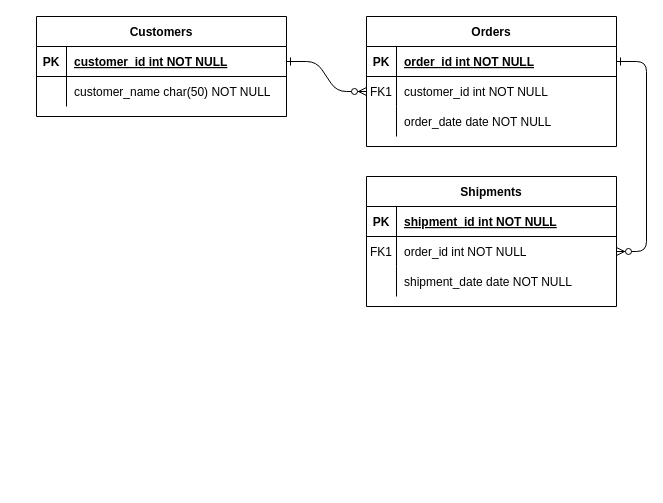
furukoshi12/zukan-create keeps this draw.io diagram as 名称未設定ファイル.drawio. Above is the earlier version. Source tidied: cells renumbered, new cells numbered last; positions are measured from the earlier drawing's top-left corner, leaving out a move shared by most shapes. Both pictures are drawn from the tidied source at 100%, with x=0, y=0 at pixel (36, 16).
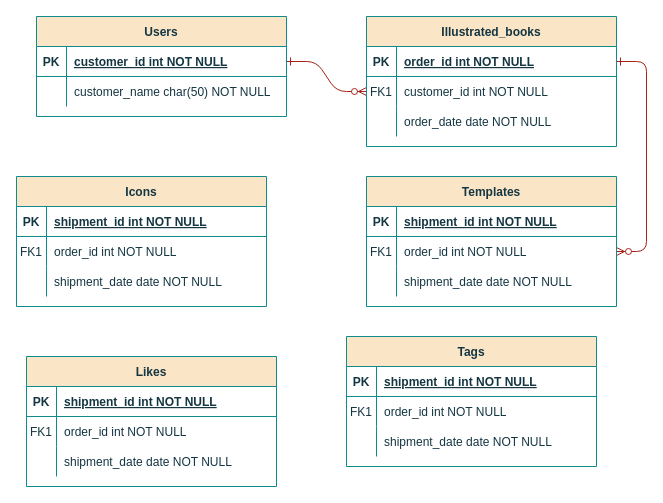
The same diagram, later.

Commit message (it also covers changes not shown here):
名称未設定ファイル.drawio を更新します

Diff of the diagram source:
```diff
@@
-    <mxCell id="2" style="edgeStyle=entityRelationEdgeStyle;endArrow=ERzeroToMany;startArrow=ERone;endFill=1;startFill=0;" parent="1" edge="1" source="25" target="8">
+    <mxCell id="2" style="edgeStyle=entityRelationEdgeStyle;endArrow=ERzeroToMany;startArrow=ERone;endFill=1;startFill=0;labelBackgroundColor=none;fontColor=default;strokeColor=#A8201A;" parent="1" edge="1" source="25" target="8">
       <mxGeometry relative="1" as="geometry" />
     </mxCell>
-    <mxCell id="3" style="edgeStyle=entityRelationEdgeStyle;endArrow=ERzeroToMany;startArrow=ERone;endFill=1;startFill=0;" parent="1" edge="1" source="5" target="18">
+    <mxCell id="3" style="edgeStyle=entityRelationEdgeStyle;endArrow=ERzeroToMany;startArrow=ERone;endFill=1;startFill=0;labelBackgroundColor=none;fontColor=default;strokeColor=#A8201A;" parent="1" edge="1" source="5" target="18">
       <mxGeometry relative="1" as="geometry" />
     </mxCell>
-    <mxCell id="4" value="Orders" style="shape=table;startSize=30;childLayout=tableLayout;rowLines=0;fontStyle=1;align=center;" parent="1" vertex="1">
+    <mxCell id="4" value="Illustrated_books" style="shape=table;startSize=30;childLayout=tableLayout;rowLines=0;fontStyle=1;align=center;labelBackgroundColor=none;fillColor=#FAE5C7;strokeColor=#0F8B8D;fontColor=#143642;" parent="1" vertex="1">
       <mxGeometry x="330" width="250" height="130" as="geometry" />
     </mxCell>
-    <mxCell id="5" style="shape=partialRectangle;fillColor=none;points=[[0,0.5],[1,0.5]];portConstraint=eastwest;top=0;left=0;right=0;bottom=1;" parent="4" vertex="1">
+    <mxCell id="5" style="shape=partialRectangle;fillColor=none;points=[[0,0.5],[1,0.5]];portConstraint=eastwest;top=0;left=0;right=0;bottom=1;labelBackgroundColor=none;strokeColor=#0F8B8D;fontColor=#143642;" parent="4" vertex="1">
       <mxGeometry y="30" width="250" height="30" as="geometry" />
     </mxCell>
-    <mxCell id="6" value="PK" style="shape=partialRectangle;overflow=hidden;fillColor=none;top=0;left=0;bottom=0;right=0;fontStyle=1;" parent="5" vertex="1">
+    <mxCell id="6" value="PK" style="shape=partialRectangle;overflow=hidden;fillColor=none;top=0;left=0;bottom=0;right=0;fontStyle=1;labelBackgroundColor=none;strokeColor=#0F8B8D;fontColor=#143642;" parent="5" vertex="1">
       <mxGeometry width="30" height="30" as="geometry" />
     </mxCell>
-    <mxCell id="7" value="order_id int NOT NULL " style="shape=partialRectangle;overflow=hidden;fillColor=none;top=0;left=0;bottom=0;right=0;align=left;spacingLeft=6;fontStyle=5;" parent="5" vertex="1">
+    <mxCell id="7" value="order_id int NOT NULL " style="shape=partialRectangle;overflow=hidden;fillColor=none;top=0;left=0;bottom=0;right=0;align=left;spacingLeft=6;fontStyle=5;labelBackgroundColor=none;strokeColor=#0F8B8D;fontColor=#143642;" parent="5" vertex="1">
       <mxGeometry x="30" width="220" height="30" as="geometry" />
     </mxCell>
-    <mxCell id="8" style="shape=partialRectangle;fillColor=none;points=[[0,0.5],[1,0.5]];portConstraint=eastwest;top=0;left=0;right=0;bottom=0;" parent="4" vertex="1">
+    <mxCell id="8" style="shape=partialRectangle;fillColor=none;points=[[0,0.5],[1,0.5]];portConstraint=eastwest;top=0;left=0;right=0;bottom=0;labelBackgroundColor=none;strokeColor=#0F8B8D;fontColor=#143642;" parent="4" vertex="1">
       <mxGeometry y="60" width="250" height="30" as="geometry" />
     </mxCell>
-    <mxCell id="9" value="FK1" style="shape=partialRectangle;overflow=hidden;fillColor=none;top=0;left=0;bottom=0;right=0;" parent="8" vertex="1">
+    <mxCell id="9" value="FK1" style="shape=partialRectangle;overflow=hidden;fillColor=none;top=0;left=0;bottom=0;right=0;labelBackgroundColor=none;strokeColor=#0F8B8D;fontColor=#143642;" parent="8" vertex="1">
       <mxGeometry width="30" height="30" as="geometry" />
     </mxCell>
-    <mxCell id="10" value="customer_id int NOT NULL" style="shape=partialRectangle;overflow=hidden;fillColor=none;top=0;left=0;bottom=0;right=0;align=left;spacingLeft=6;" parent="8" vertex="1">
+    <mxCell id="10" value="customer_id int NOT NULL" style="shape=partialRectangle;overflow=hidden;fillColor=none;top=0;left=0;bottom=0;right=0;align=left;spacingLeft=6;labelBackgroundColor=none;strokeColor=#0F8B8D;fontColor=#143642;" parent="8" vertex="1">
       <mxGeometry x="30" width="220" height="30" as="geometry" />
     </mxCell>
-    <mxCell id="11" style="shape=partialRectangle;fillColor=none;top=0;left=0;right=0;bottom=0;" parent="4" vertex="1">
+    <mxCell id="11" style="shape=partialRectangle;fillColor=none;top=0;left=0;right=0;bottom=0;labelBackgroundColor=none;strokeColor=#0F8B8D;fontColor=#143642;" parent="4" vertex="1">
       <mxGeometry y="90" width="250" height="30" as="geometry" />
     </mxCell>
-    <mxCell id="12" style="shape=partialRectangle;overflow=hidden;fillColor=none;top=0;left=0;bottom=0;right=0;" parent="11" vertex="1">
+    <mxCell id="12" style="shape=partialRectangle;overflow=hidden;fillColor=none;top=0;left=0;bottom=0;right=0;labelBackgroundColor=none;strokeColor=#0F8B8D;fontColor=#143642;" parent="11" vertex="1">
       <mxGeometry width="30" height="30" as="geometry" />
     </mxCell>
-    <mxCell id="13" value="order_date date NOT NULL" style="shape=partialRectangle;overflow=hidden;fillColor=none;top=0;left=0;bottom=0;right=0;align=left;spacingLeft=6;" parent="11" vertex="1">
+    <mxCell id="13" value="order_date date NOT NULL" style="shape=partialRectangle;overflow=hidden;fillColor=none;top=0;left=0;bottom=0;right=0;align=left;spacingLeft=6;labelBackgroundColor=none;strokeColor=#0F8B8D;fontColor=#143642;" parent="11" vertex="1">
       <mxGeometry x="30" width="220" height="30" as="geometry" />
     </mxCell>
-    <mxCell id="14" value="Shipments" style="shape=table;startSize=30;childLayout=tableLayout;rowLines=0;fontStyle=1;align=center;" parent="1" vertex="1">
+    <mxCell id="14" value="Templates" style="shape=table;startSize=30;childLayout=tableLayout;rowLines=0;fontStyle=1;align=center;labelBackgroundColor=none;fillColor=#FAE5C7;strokeColor=#0F8B8D;fontColor=#143642;" parent="1" vertex="1">
       <mxGeometry x="330" y="160" width="250" height="130" as="geometry" />
     </mxCell>
-    <mxCell id="15" style="shape=partialRectangle;fillColor=none;top=0;left=0;right=0;bottom=1;" parent="14" vertex="1">
+    <mxCell id="15" style="shape=partialRectangle;fillColor=none;top=0;left=0;right=0;bottom=1;labelBackgroundColor=none;strokeColor=#0F8B8D;fontColor=#143642;" parent="14" vertex="1">
       <mxGeometry y="30" width="250" height="30" as="geometry" />
     </mxCell>
-    <mxCell id="16" value="PK" style="shape=partialRectangle;overflow=hidden;fillColor=none;top=0;left=0;bottom=0;right=0;fontStyle=1;" parent="15" vertex="1">
+    <mxCell id="16" value="PK" style="shape=partialRectangle;overflow=hidden;fillColor=none;top=0;left=0;bottom=0;right=0;fontStyle=1;labelBackgroundColor=none;strokeColor=#0F8B8D;fontColor=#143642;" parent="15" vertex="1">
       <mxGeometry width="30" height="30" as="geometry" />
     </mxCell>
-    <mxCell id="17" value="shipment_id int NOT NULL " style="shape=partialRectangle;overflow=hidden;fillColor=none;top=0;left=0;bottom=0;right=0;align=left;spacingLeft=6;fontStyle=5;" parent="15" vertex="1">
+    <mxCell id="17" value="shipment_id int NOT NULL " style="shape=partialRectangle;overflow=hidden;fillColor=none;top=0;left=0;bottom=0;right=0;align=left;spacingLeft=6;fontStyle=5;labelBackgroundColor=none;strokeColor=#0F8B8D;fontColor=#143642;" parent="15" vertex="1">
       <mxGeometry x="30" width="220" height="30" as="geometry" />
     </mxCell>
-    <mxCell id="18" style="shape=partialRectangle;fillColor=none;points=[[0,0.5],[1,0.5]];portConstraint=eastwest;top=0;left=0;right=0;bottom=0;" parent="14" vertex="1">
+    <mxCell id="18" style="shape=partialRectangle;fillColor=none;points=[[0,0.5],[1,0.5]];portConstraint=eastwest;top=0;left=0;right=0;bottom=0;labelBackgroundColor=none;strokeColor=#0F8B8D;fontColor=#143642;" parent="14" vertex="1">
       <mxGeometry y="60" width="250" height="30" as="geometry" />
     </mxCell>
-    <mxCell id="19" value="FK1" style="shape=partialRectangle;overflow=hidden;fillColor=none;top=0;left=0;bottom=0;right=0;" parent="18" vertex="1">
+    <mxCell id="19" value="FK1" style="shape=partialRectangle;overflow=hidden;fillColor=none;top=0;left=0;bottom=0;right=0;labelBackgroundColor=none;strokeColor=#0F8B8D;fontColor=#143642;" parent="18" vertex="1">
       <mxGeometry width="30" height="30" as="geometry" />
     </mxCell>
-    <mxCell id="20" value="order_id int NOT NULL" style="shape=partialRectangle;overflow=hidden;fillColor=none;top=0;left=0;bottom=0;right=0;align=left;spacingLeft=6;" parent="18" vertex="1">
+    <mxCell id="20" value="order_id int NOT NULL" style="shape=partialRectangle;overflow=hidden;fillColor=none;top=0;left=0;bottom=0;right=0;align=left;spacingLeft=6;labelBackgroundColor=none;strokeColor=#0F8B8D;fontColor=#143642;" parent="18" vertex="1">
       <mxGeometry x="30" width="220" height="30" as="geometry" />
     </mxCell>
-    <mxCell id="21" style="shape=partialRectangle;fillColor=none;top=0;left=0;right=0;bottom=0;" parent="14" vertex="1">
+    <mxCell id="21" style="shape=partialRectangle;fillColor=none;top=0;left=0;right=0;bottom=0;labelBackgroundColor=none;strokeColor=#0F8B8D;fontColor=#143642;" parent="14" vertex="1">
       <mxGeometry y="90" width="250" height="30" as="geometry" />
     </mxCell>
-    <mxCell id="22" style="shape=partialRectangle;overflow=hidden;fillColor=none;top=0;left=0;bottom=0;right=0;" parent="21" vertex="1">
+    <mxCell id="22" style="shape=partialRectangle;overflow=hidden;fillColor=none;top=0;left=0;bottom=0;right=0;labelBackgroundColor=none;strokeColor=#0F8B8D;fontColor=#143642;" parent="21" vertex="1">
       <mxGeometry width="30" height="30" as="geometry" />
     </mxCell>
-    <mxCell id="23" value="shipment_date date NOT NULL" style="shape=partialRectangle;overflow=hidden;fillColor=none;top=0;left=0;bottom=0;right=0;align=left;spacingLeft=6;" parent="21" vertex="1">
+    <mxCell id="23" value="shipment_date date NOT NULL" style="shape=partialRectangle;overflow=hidden;fillColor=none;top=0;left=0;bottom=0;right=0;align=left;spacingLeft=6;labelBackgroundColor=none;strokeColor=#0F8B8D;fontColor=#143642;" parent="21" vertex="1">
       <mxGeometry x="30" width="220" height="30" as="geometry" />
     </mxCell>
-    <mxCell id="24" value="Customers" style="shape=table;startSize=30;childLayout=tableLayout;rowLines=0;fontStyle=1;align=center;" parent="1" vertex="1">
+    <mxCell id="24" value="Users" style="shape=table;startSize=30;childLayout=tableLayout;rowLines=0;fontStyle=1;align=center;labelBackgroundColor=none;fillColor=#FAE5C7;strokeColor=#0F8B8D;fontColor=#143642;" parent="1" vertex="1">
       <mxGeometry width="250" height="100" as="geometry" />
     </mxCell>
-    <mxCell id="25" style="shape=partialRectangle;fillColor=none;points=[[0,0.5],[1,0.5]];portConstraint=eastwest;top=0;left=0;right=0;bottom=1;" parent="24" vertex="1">
+    <mxCell id="25" style="shape=partialRectangle;fillColor=none;points=[[0,0.5],[1,0.5]];portConstraint=eastwest;top=0;left=0;right=0;bottom=1;labelBackgroundColor=none;strokeColor=#0F8B8D;fontColor=#143642;" parent="24" vertex="1">
       <mxGeometry y="30" width="250" height="30" as="geometry" />
     </mxCell>
-    <mxCell id="26" value="PK" style="shape=partialRectangle;overflow=hidden;fillColor=none;top=0;left=0;bottom=0;right=0;fontStyle=1;" parent="25" vertex="1">
+    <mxCell id="26" value="PK" style="shape=partialRectangle;overflow=hidden;fillColor=none;top=0;left=0;bottom=0;right=0;fontStyle=1;labelBackgroundColor=none;strokeColor=#0F8B8D;fontColor=#143642;" parent="25" vertex="1">
       <mxGeometry width="30" height="30" as="geometry" />
     </mxCell>
-    <mxCell id="27" value="customer_id int NOT NULL " style="shape=partialRectangle;overflow=hidden;fillColor=none;top=0;left=0;bottom=0;right=0;align=left;spacingLeft=6;fontStyle=5;" parent="25" vertex="1">
+    <mxCell id="27" value="customer_id int NOT NULL " style="shape=partialRectangle;overflow=hidden;fillColor=none;top=0;left=0;bottom=0;right=0;align=left;spacingLeft=6;fontStyle=5;labelBackgroundColor=none;strokeColor=#0F8B8D;fontColor=#143642;" parent="25" vertex="1">
       <mxGeometry x="30" width="220" height="30" as="geometry" />
     </mxCell>
-    <mxCell id="28" style="shape=partialRectangle;fillColor=none;top=0;left=0;right=0;bottom=0;" parent="24" vertex="1">
+    <mxCell id="28" style="shape=partialRectangle;fillColor=none;top=0;left=0;right=0;bottom=0;labelBackgroundColor=none;strokeColor=#0F8B8D;fontColor=#143642;" parent="24" vertex="1">
       <mxGeometry y="60" width="250" height="30" as="geometry" />
     </mxCell>
-    <mxCell id="29" style="shape=partialRectangle;overflow=hidden;fillColor=none;top=0;left=0;bottom=0;right=0;" parent="28" vertex="1">
+    <mxCell id="29" style="shape=partialRectangle;overflow=hidden;fillColor=none;top=0;left=0;bottom=0;right=0;labelBackgroundColor=none;strokeColor=#0F8B8D;fontColor=#143642;" parent="28" vertex="1">
       <mxGeometry width="30" height="30" as="geometry" />
     </mxCell>
-    <mxCell id="30" value="customer_name char(50) NOT NULL" style="shape=partialRectangle;overflow=hidden;fillColor=none;top=0;left=0;bottom=0;right=0;align=left;spacingLeft=6;" parent="28" vertex="1">
+    <mxCell id="30" value="customer_name char(50) NOT NULL" style="shape=partialRectangle;overflow=hidden;fillColor=none;top=0;left=0;bottom=0;right=0;align=left;spacingLeft=6;labelBackgroundColor=none;strokeColor=#0F8B8D;fontColor=#143642;" parent="28" vertex="1">
       <mxGeometry x="30" width="220" height="30" as="geometry" />
     </mxCell>
+    <mxCell id="31" value="Icons" style="shape=table;startSize=30;childLayout=tableLayout;rowLines=0;fontStyle=1;align=center;labelBackgroundColor=none;fillColor=#FAE5C7;strokeColor=#0F8B8D;fontColor=#143642;" parent="1" vertex="1">
+      <mxGeometry x="-20" y="160" width="250" height="130" as="geometry" />
+    </mxCell>
+    <mxCell id="32" style="shape=partialRectangle;fillColor=none;top=0;left=0;right=0;bottom=1;labelBackgroundColor=none;strokeColor=#0F8B8D;fontColor=#143642;" parent="31" vertex="1">
+      <mxGeometry y="30" width="250" height="30" as="geometry" />
+    </mxCell>
+    <mxCell id="33" value="PK" style="shape=partialRectangle;overflow=hidden;fillColor=none;top=0;left=0;bottom=0;right=0;fontStyle=1;labelBackgroundColor=none;strokeColor=#0F8B8D;fontColor=#143642;" parent="32" vertex="1">
+      <mxGeometry width="30" height="30" as="geometry" />
+    </mxCell>
+    <mxCell id="34" value="shipment_id int NOT NULL " style="shape=partialRectangle;overflow=hidden;fillColor=none;top=0;left=0;bottom=0;right=0;align=left;spacingLeft=6;fontStyle=5;labelBackgroundColor=none;strokeColor=#0F8B8D;fontColor=#143642;" parent="32" vertex="1">
+      <mxGeometry x="30" width="220" height="30" as="geometry" />
+    </mxCell>
+    <mxCell id="35" style="shape=partialRectangle;fillColor=none;top=0;left=0;right=0;bottom=0;labelBackgroundColor=none;strokeColor=#0F8B8D;fontColor=#143642;" parent="31" vertex="1">
+      <mxGeometry y="60" width="250" height="30" as="geometry" />
+    </mxCell>
+    <mxCell id="36" value="FK1" style="shape=partialRectangle;overflow=hidden;fillColor=none;top=0;left=0;bottom=0;right=0;labelBackgroundColor=none;strokeColor=#0F8B8D;fontColor=#143642;" parent="35" vertex="1">
+      <mxGeometry width="30" height="30" as="geometry" />
+    </mxCell>
+    <mxCell id="37" value="order_id int NOT NULL" style="shape=partialRectangle;overflow=hidden;fillColor=none;top=0;left=0;bottom=0;right=0;align=left;spacingLeft=6;labelBackgroundColor=none;strokeColor=#0F8B8D;fontColor=#143642;" parent="35" vertex="1">
+      <mxGeometry x="30" width="220" height="30" as="geometry" />
+    </mxCell>
+    <mxCell id="38" style="shape=partialRectangle;fillColor=none;top=0;left=0;right=0;bottom=0;labelBackgroundColor=none;strokeColor=#0F8B8D;fontColor=#143642;" parent="31" vertex="1">
+      <mxGeometry y="90" width="250" height="30" as="geometry" />
+    </mxCell>
+    <mxCell id="39" style="shape=partialRectangle;overflow=hidden;fillColor=none;top=0;left=0;bottom=0;right=0;labelBackgroundColor=none;strokeColor=#0F8B8D;fontColor=#143642;" parent="38" vertex="1">
+      <mxGeometry width="30" height="30" as="geometry" />
+    </mxCell>
+    <mxCell id="40" value="shipment_date date NOT NULL" style="shape=partialRectangle;overflow=hidden;fillColor=none;top=0;left=0;bottom=0;right=0;align=left;spacingLeft=6;labelBackgroundColor=none;strokeColor=#0F8B8D;fontColor=#143642;" parent="38" vertex="1">
+      <mxGeometry x="30" width="220" height="30" as="geometry" />
+    </mxCell>
+    <mxCell id="41" value="Likes" style="shape=table;startSize=30;childLayout=tableLayout;rowLines=0;fontStyle=1;align=center;labelBackgroundColor=none;fillColor=#FAE5C7;strokeColor=#0F8B8D;fontColor=#143642;" parent="1" vertex="1">
+      <mxGeometry x="-10" y="340" width="250" height="130" as="geometry" />
+    </mxCell>
+    <mxCell id="42" style="shape=partialRectangle;fillColor=none;top=0;left=0;right=0;bottom=1;labelBackgroundColor=none;strokeColor=#0F8B8D;fontColor=#143642;" parent="41" vertex="1">
+      <mxGeometry y="30" width="250" height="30" as="geometry" />
+    </mxCell>
+    <mxCell id="43" value="PK" style="shape=partialRectangle;overflow=hidden;fillColor=none;top=0;left=0;bottom=0;right=0;fontStyle=1;labelBackgroundColor=none;strokeColor=#0F8B8D;fontColor=#143642;" parent="42" vertex="1">
+      <mxGeometry width="30" height="30" as="geometry" />
+    </mxCell>
+    <mxCell id="44" value="shipment_id int NOT NULL " style="shape=partialRectangle;overflow=hidden;fillColor=none;top=0;left=0;bottom=0;right=0;align=left;spacingLeft=6;fontStyle=5;labelBackgroundColor=none;strokeColor=#0F8B8D;fontColor=#143642;" parent="42" vertex="1">
+      <mxGeometry x="30" width="220" height="30" as="geometry" />
+    </mxCell>
+    <mxCell id="45" style="shape=partialRectangle;fillColor=none;top=0;left=0;right=0;bottom=0;labelBackgroundColor=none;strokeColor=#0F8B8D;fontColor=#143642;" parent="41" vertex="1">
+      <mxGeometry y="60" width="250" height="30" as="geometry" />
+    </mxCell>
+    <mxCell id="46" value="FK1" style="shape=partialRectangle;overflow=hidden;fillColor=none;top=0;left=0;bottom=0;right=0;labelBackgroundColor=none;strokeColor=#0F8B8D;fontColor=#143642;" parent="45" vertex="1">
+      <mxGeometry width="30" height="30" as="geometry" />
+    </mxCell>
+    <mxCell id="47" value="order_id int NOT NULL" style="shape=partialRectangle;overflow=hidden;fillColor=none;top=0;left=0;bottom=0;right=0;align=left;spacingLeft=6;labelBackgroundColor=none;strokeColor=#0F8B8D;fontColor=#143642;" parent="45" vertex="1">
+      <mxGeometry x="30" width="220" height="30" as="geometry" />
+    </mxCell>
+    <mxCell id="48" style="shape=partialRectangle;fillColor=none;top=0;left=0;right=0;bottom=0;labelBackgroundColor=none;strokeColor=#0F8B8D;fontColor=#143642;" parent="41" vertex="1">
+      <mxGeometry y="90" width="250" height="30" as="geometry" />
+    </mxCell>
+    <mxCell id="49" style="shape=partialRectangle;overflow=hidden;fillColor=none;top=0;left=0;bottom=0;right=0;labelBackgroundColor=none;strokeColor=#0F8B8D;fontColor=#143642;" parent="48" vertex="1">
+      <mxGeometry width="30" height="30" as="geometry" />
+    </mxCell>
+    <mxCell id="50" value="shipment_date date NOT NULL" style="shape=partialRectangle;overflow=hidden;fillColor=none;top=0;left=0;bottom=0;right=0;align=left;spacingLeft=6;labelBackgroundColor=none;strokeColor=#0F8B8D;fontColor=#143642;" parent="48" vertex="1">
+      <mxGeometry x="30" width="220" height="30" as="geometry" />
+    </mxCell>
+    <mxCell id="51" value="Tags" style="shape=table;startSize=30;childLayout=tableLayout;rowLines=0;fontStyle=1;align=center;labelBackgroundColor=none;fillColor=#FAE5C7;strokeColor=#0F8B8D;fontColor=#143642;" parent="1" vertex="1">
+      <mxGeometry x="310" y="320" width="250" height="130" as="geometry" />
+    </mxCell>
+    <mxCell id="52" style="shape=partialRectangle;fillColor=none;top=0;left=0;right=0;bottom=1;labelBackgroundColor=none;strokeColor=#0F8B8D;fontColor=#143642;" parent="51" vertex="1">
+      <mxGeometry y="30" width="250" height="30" as="geometry" />
+    </mxCell>
+    <mxCell id="53" value="PK" style="shape=partialRectangle;overflow=hidden;fillColor=none;top=0;left=0;bottom=0;right=0;fontStyle=1;labelBackgroundColor=none;strokeColor=#0F8B8D;fontColor=#143642;" parent="52" vertex="1">
+      <mxGeometry width="30" height="30" as="geometry" />
+    </mxCell>
+    <mxCell id="54" value="shipment_id int NOT NULL " style="shape=partialRectangle;overflow=hidden;fillColor=none;top=0;left=0;bottom=0;right=0;align=left;spacingLeft=6;fontStyle=5;labelBackgroundColor=none;strokeColor=#0F8B8D;fontColor=#143642;" parent="52" vertex="1">
+      <mxGeometry x="30" width="220" height="30" as="geometry" />
+    </mxCell>
+    <mxCell id="55" style="shape=partialRectangle;fillColor=none;top=0;left=0;right=0;bottom=0;labelBackgroundColor=none;strokeColor=#0F8B8D;fontColor=#143642;" parent="51" vertex="1">
+      <mxGeometry y="60" width="250" height="30" as="geometry" />
+    </mxCell>
+    <mxCell id="56" value="FK1" style="shape=partialRectangle;overflow=hidden;fillColor=none;top=0;left=0;bottom=0;right=0;labelBackgroundColor=none;strokeColor=#0F8B8D;fontColor=#143642;" parent="55" vertex="1">
+      <mxGeometry width="30" height="30" as="geometry" />
+    </mxCell>
+    <mxCell id="57" value="order_id int NOT NULL" style="shape=partialRectangle;overflow=hidden;fillColor=none;top=0;left=0;bottom=0;right=0;align=left;spacingLeft=6;labelBackgroundColor=none;strokeColor=#0F8B8D;fontColor=#143642;" parent="55" vertex="1">
+      <mxGeometry x="30" width="220" height="30" as="geometry" />
+    </mxCell>
+    <mxCell id="58" style="shape=partialRectangle;fillColor=none;top=0;left=0;right=0;bottom=0;labelBackgroundColor=none;strokeColor=#0F8B8D;fontColor=#143642;" parent="51" vertex="1">
+      <mxGeometry y="90" width="250" height="30" as="geometry" />
+    </mxCell>
+    <mxCell id="59" style="shape=partialRectangle;overflow=hidden;fillColor=none;top=0;left=0;bottom=0;right=0;labelBackgroundColor=none;strokeColor=#0F8B8D;fontColor=#143642;" parent="58" vertex="1">
+      <mxGeometry width="30" height="30" as="geometry" />
+    </mxCell>
+    <mxCell id="60" value="shipment_date date NOT NULL" style="shape=partialRectangle;overflow=hidden;fillColor=none;top=0;left=0;bottom=0;right=0;align=left;spacingLeft=6;labelBackgroundColor=none;strokeColor=#0F8B8D;fontColor=#143642;" parent="58" vertex="1">
+      <mxGeometry x="30" width="220" height="30" as="geometry" />
+    </mxCell>
```
